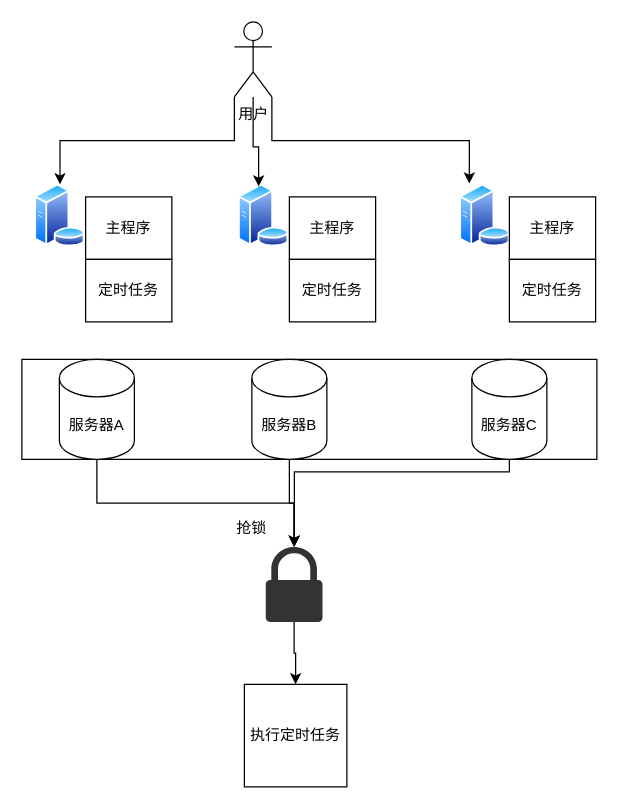
MuXueTianYin/java-learning-methods keeps this draw.io diagram as 分布式锁.drawio. Above is the earlier version. Source tidied: cells renumbered, new cells numbered last; positions are measured from the earlier drawing's top-left corner, leaving out a move shared by most shapes. Both pictures are drawn from the tidied source at 125%, with x=0, y=0 at pixel (21, 21).
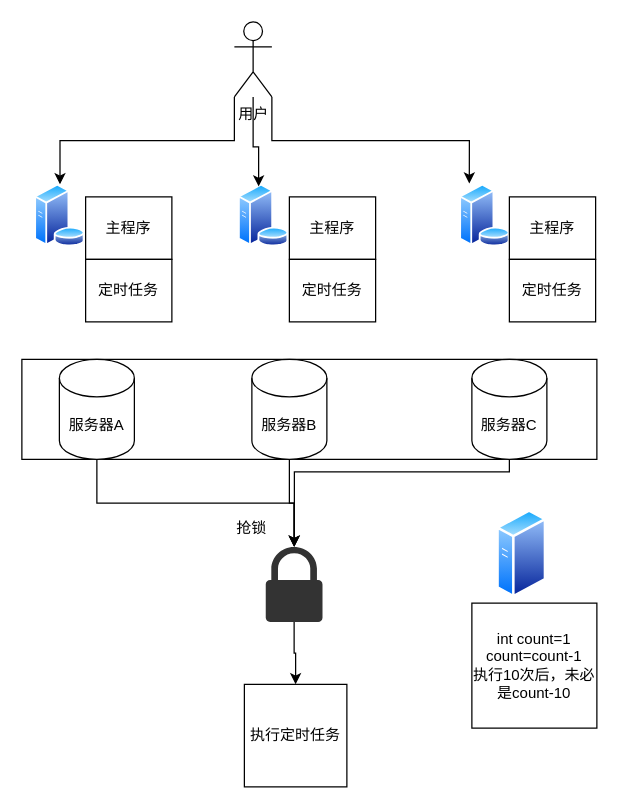
The same diagram, later.

Commit message (it also covers changes not shown here):
更新分布式锁.drawio

Diff of the diagram source:
```diff
@@
+    <mxCell id="26" style="image;perimeter=ellipsePerimeter;html=1;align=center;shadow=0;dashed=0;spacingTop=3;image=img/lib/active_directory/generic_server.svg;" parent="1" vertex="1">
+      <mxGeometry x="380" y="390" width="40" height="71.4" as="geometry" />
+    </mxCell>
+    <mxCell id="27" value="int count=1&lt;div&gt;count=count-1&lt;/div&gt;&lt;div&gt;执行10次后，未必是count-10&lt;/div&gt;" style="whiteSpace=wrap;html=1;" parent="1" vertex="1">
+      <mxGeometry x="360" y="465" width="100" height="100" as="geometry" />
+    </mxCell>
```
